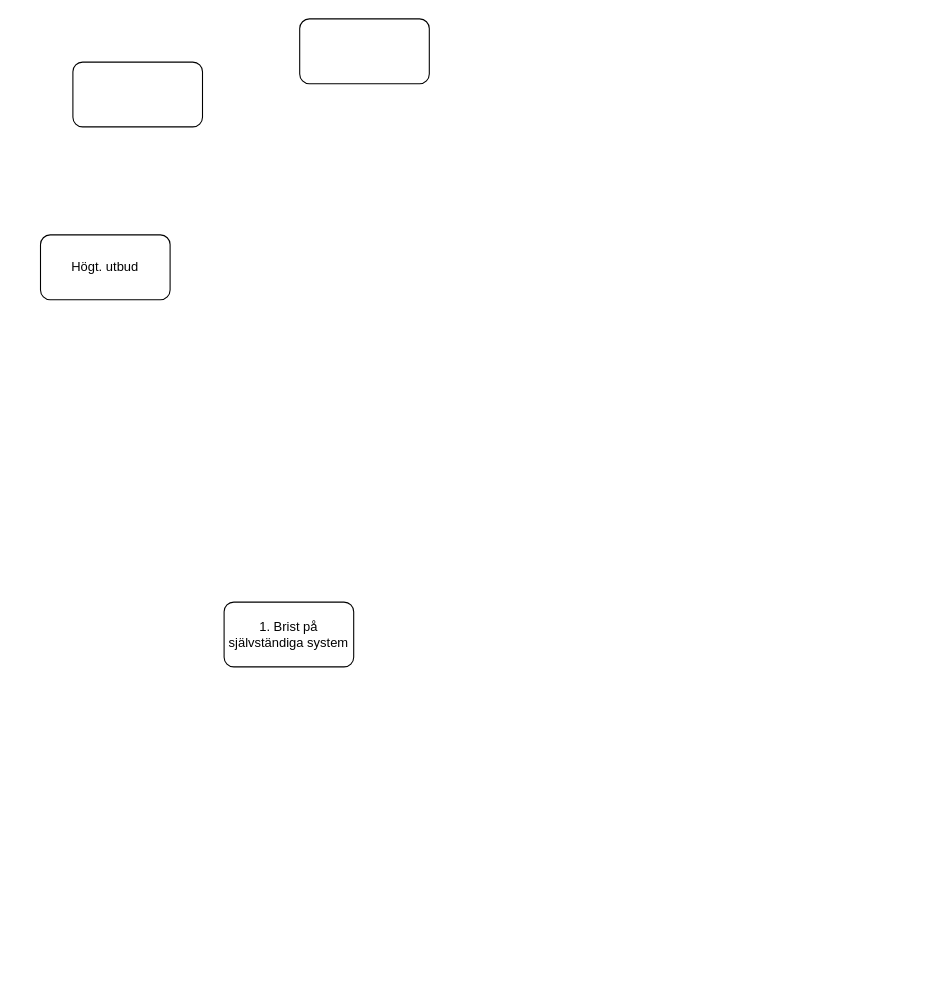
Above: Namnlöst diagram.drawio in madlo5/madlo5 (draw.io), before the change. Source tidied: cells renumbered, new cells numbered last; positions are measured from the earlier drawing's top-left corner, leaving out a move shared by most shapes. Both pictures are drawn from the tidied source at 108%, with x=0, y=0 at pixel (40, 18).
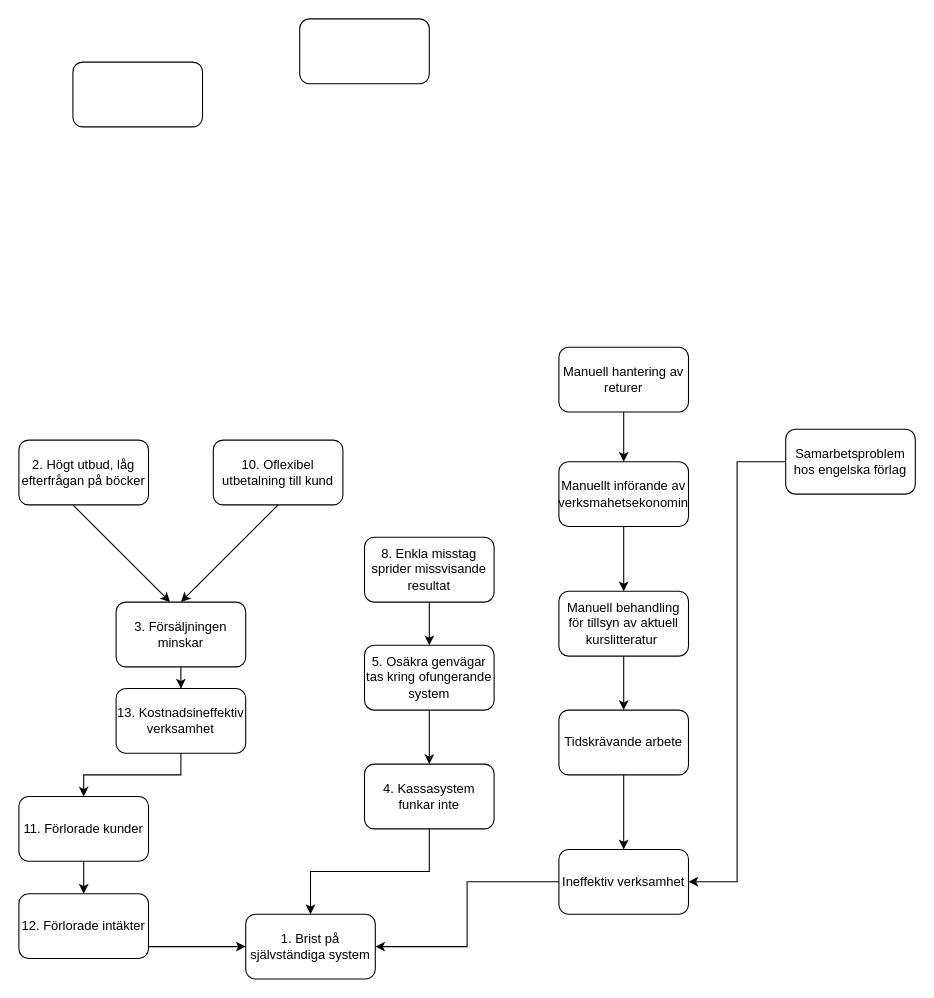
After the change.

What changed in the source:
```diff
@@
-    <mxCell id="3" value="Högt. utbud" style="rounded=1;whiteSpace=wrap;html=1;" parent="1" vertex="1">
-      <mxGeometry y="200" width="120" height="60" as="geometry" />
+    <mxCell id="3" value="2. Högt utbud, låg efterfrågan på böcker" style="rounded=1;whiteSpace=wrap;html=1;" parent="1" vertex="1">
+      <mxGeometry x="-20" y="390" width="120" height="60" as="geometry" />
     </mxCell>
     <mxCell id="4" value="1. Brist på självständiga system" style="rounded=1;whiteSpace=wrap;html=1;" parent="1" vertex="1">
-      <mxGeometry x="170" y="540" width="120" height="60" as="geometry" />
+      <mxGeometry x="190" y="829" width="120" height="60" as="geometry" />
     </mxCell>
@@
+    <mxCell id="6" style="edgeStyle=orthogonalEdgeStyle;rounded=0;jettySize=auto;html=1;" parent="1" edge="1" source="7" target="13">
+      <mxGeometry relative="1" as="geometry" />
+    </mxCell>
+    <mxCell id="7" value="3. Försäljningen minskar" style="rounded=1;whiteSpace=wrap;html=1;" parent="1" vertex="1">
+      <mxGeometry x="70" y="540" width="120" height="60" as="geometry" />
+    </mxCell>
+    <mxCell id="8" style="edgeStyle=orthogonalEdgeStyle;rounded=0;jettySize=auto;html=1;" parent="1" edge="1" source="9" target="11">
+      <mxGeometry relative="1" as="geometry" />
+    </mxCell>
+    <mxCell id="9" value="11. Förlorade kunder" style="rounded=1;whiteSpace=wrap;html=1;" parent="1" vertex="1">
+      <mxGeometry x="-20" y="720" width="120" height="60" as="geometry" />
+    </mxCell>
+    <mxCell id="10" style="edgeStyle=orthogonalEdgeStyle;rounded=0;jettySize=auto;html=1;entryX=0;entryY=0.5;entryDx=0;entryDy=0;" parent="1" edge="1" source="11" target="4">
+      <mxGeometry relative="1" as="geometry">
+        <Array as="points">
+          <mxPoint x="130" y="859" />
+          <mxPoint x="130" y="859" />
+        </Array>
+      </mxGeometry>
+    </mxCell>
+    <mxCell id="11" value="12. Förlorade intäkter" style="rounded=1;whiteSpace=wrap;html=1;" parent="1" vertex="1">
+      <mxGeometry x="-20" y="810" width="120" height="60" as="geometry" />
+    </mxCell>
+    <mxCell id="12" style="edgeStyle=orthogonalEdgeStyle;rounded=0;jettySize=auto;html=1;" parent="1" edge="1" source="13" target="9">
+      <mxGeometry relative="1" as="geometry" />
+    </mxCell>
+    <mxCell id="13" value="13. Kostnadsineffektiv verksamhet" style="rounded=1;whiteSpace=wrap;html=1;" parent="1" vertex="1">
+      <mxGeometry x="70" y="620" width="120" height="60" as="geometry" />
+    </mxCell>
+    <mxCell id="14" style="edgeStyle=orthogonalEdgeStyle;rounded=0;jettySize=auto;html=1;" parent="1" edge="1" source="15" target="4">
+      <mxGeometry relative="1" as="geometry" />
+    </mxCell>
+    <mxCell id="15" value="4. Kassasystem funkar inte" style="rounded=1;whiteSpace=wrap;html=1;" parent="1" vertex="1">
+      <mxGeometry x="300" y="690" width="120" height="60" as="geometry" />
+    </mxCell>
+    <mxCell id="16" style="edgeStyle=orthogonalEdgeStyle;rounded=0;jettySize=auto;html=1;" parent="1" edge="1" source="17" target="15">
+      <mxGeometry relative="1" as="geometry" />
+    </mxCell>
+    <mxCell id="17" value="5. Osäkra genvägar tas kring ofungerande system" style="rounded=1;whiteSpace=wrap;html=1;" parent="1" vertex="1">
+      <mxGeometry x="300" y="580" width="120" height="60" as="geometry" />
+    </mxCell>
+    <mxCell id="18" style="edgeStyle=orthogonalEdgeStyle;rounded=0;jettySize=auto;html=1;" parent="1" edge="1" source="19" target="17">
+      <mxGeometry relative="1" as="geometry" />
+    </mxCell>
+    <mxCell id="19" value="8. Enkla misstag sprider missvisande resultat" style="rounded=1;whiteSpace=wrap;html=1;" parent="1" vertex="1">
+      <mxGeometry x="300" y="480" width="120" height="60" as="geometry" />
+    </mxCell>
+    <mxCell id="20" value="10. Oflexibel utbetalning till kund" style="rounded=1;whiteSpace=wrap;html=1;" parent="1" vertex="1">
+      <mxGeometry x="160" y="390" width="120" height="60" as="geometry" />
+    </mxCell>
+    <mxCell id="21" style="endArrow=classic;html=1;rounded=0;" parent="1" edge="1">
+      <mxGeometry relative="1" as="geometry">
+        <mxPoint x="30" y="450" as="sourcePoint" />
+        <mxPoint x="120" y="540" as="targetPoint" />
+        <Array as="points">
+          <mxPoint x="30" y="450" />
+        </Array>
+      </mxGeometry>
+    </mxCell>
+    <mxCell id="22" style="endArrow=classic;html=1;rounded=0;exitX=0.5;exitY=1;exitDx=0;exitDy=0;" parent="1" edge="1" source="20">
+      <mxGeometry relative="1" as="geometry">
+        <mxPoint x="130" y="540" as="targetPoint" />
+      </mxGeometry>
+    </mxCell>
+    <mxCell id="23" style="edgeStyle=orthogonalEdgeStyle;rounded=0;jettySize=auto;html=1;" parent="1" edge="1" source="24" target="28">
+      <mxGeometry relative="1" as="geometry" />
+    </mxCell>
+    <mxCell id="24" value="Manuell behandling för tillsyn av aktuell kurslitteratur&amp;nbsp;" style="rounded=1;whiteSpace=wrap;html=1;" parent="1" vertex="1">
+      <mxGeometry x="480" y="530" width="120" height="60" as="geometry" />
+    </mxCell>
+    <mxCell id="25" style="edgeStyle=orthogonalEdgeStyle;rounded=0;jettySize=auto;html=1;" parent="1" edge="1" source="26" target="24">
+      <mxGeometry relative="1" as="geometry" />
+    </mxCell>
+    <mxCell id="26" value="Manuellt införande av verksmahetsekonomin" style="rounded=1;whiteSpace=wrap;html=1;" parent="1" vertex="1">
+      <mxGeometry x="480" y="410" width="120" height="60" as="geometry" />
+    </mxCell>
+    <mxCell id="27" style="edgeStyle=orthogonalEdgeStyle;rounded=0;jettySize=auto;html=1;" parent="1" edge="1" source="28" target="34">
+      <mxGeometry relative="1" as="geometry" />
+    </mxCell>
+    <mxCell id="28" value="Tidskrävande arbete" style="rounded=1;whiteSpace=wrap;html=1;" parent="1" vertex="1">
+      <mxGeometry x="480" y="640" width="120" height="60" as="geometry" />
+    </mxCell>
+    <mxCell id="29" style="edgeStyle=orthogonalEdgeStyle;rounded=0;jettySize=auto;html=1;" parent="1" edge="1" source="30" target="26">
+      <mxGeometry relative="1" as="geometry" />
+    </mxCell>
+    <mxCell id="30" value="Manuell hantering av returer" style="rounded=1;whiteSpace=wrap;html=1;" parent="1" vertex="1">
+      <mxGeometry x="480" y="304" width="120" height="60" as="geometry" />
+    </mxCell>
+    <mxCell id="31" style="edgeStyle=orthogonalEdgeStyle;rounded=0;jettySize=auto;html=1;entryX=1;entryY=0.5;entryDx=0;entryDy=0;" parent="1" edge="1" source="32" target="34">
+      <mxGeometry relative="1" as="geometry" />
+    </mxCell>
+    <mxCell id="32" value="Samarbetsproblem hos engelska förlag" style="rounded=1;whiteSpace=wrap;html=1;" parent="1" vertex="1">
+      <mxGeometry x="690" y="380" width="120" height="60" as="geometry" />
+    </mxCell>
+    <mxCell id="33" style="edgeStyle=orthogonalEdgeStyle;rounded=0;jettySize=auto;html=1;entryX=1;entryY=0.5;entryDx=0;entryDy=0;" parent="1" edge="1" source="34" target="4">
+      <mxGeometry relative="1" as="geometry" />
+    </mxCell>
+    <mxCell id="34" value="Ineffektiv verksamhet" style="rounded=1;whiteSpace=wrap;html=1;" parent="1" vertex="1">
+      <mxGeometry x="480" y="769" width="120" height="60" as="geometry" />
+    </mxCell>
```
